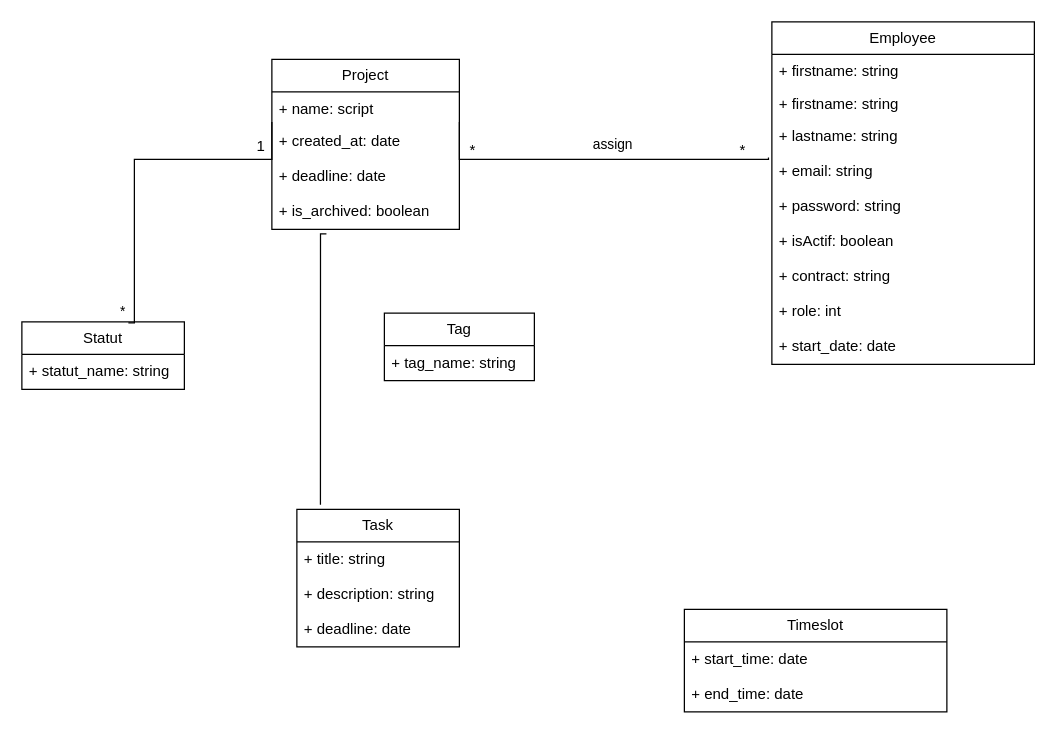
This is taskLinker.drawio from JingFERMENT/TaskLinker, a draw.io file, before an edit. Source tidied: cells renumbered, new cells numbered last; positions are measured from the earlier drawing's top-left corner, leaving out a move shared by most shapes. Both pictures are drawn from the tidied source at 125%, with x=0, y=0 at pixel (21, 21).
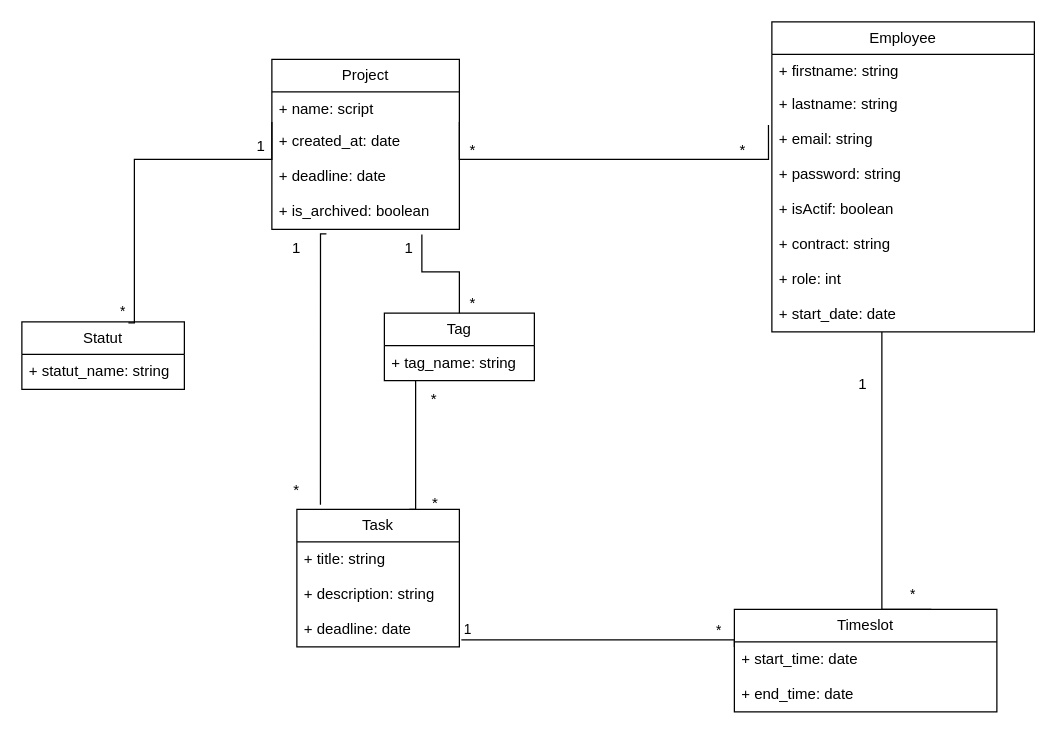
The same page after the edit.

Commit message (it also covers changes not shown here):
Mettre à jour taskLinker.drawio

The change refers to these unchanged cells:
```xml
<mxCell id="20" value="Tag" style="swimlane;fontStyle=0;horizontal=1;startSize=26;fillColor=none;whiteSpace=wrap;html=1;" parent="1" vertex="1">
  <mxGeometry x="290" y="233" width="120" height="54" as="geometry" />
</mxCell>
<mxCell id="22" value="Task" style="swimlane;fontStyle=0;horizontal=1;startSize=26;fillColor=none;whiteSpace=wrap;html=1;" parent="1" vertex="1">
  <mxGeometry x="220" y="390" width="130" height="110" as="geometry" />
</mxCell>
<mxCell id="25" value="+ deadline: date" style="text;strokeColor=none;fillColor=none;align=left;verticalAlign=top;spacingLeft=4;spacingRight=4;overflow=hidden;points=[[0,0.5],[1,0.5]];portConstraint=eastwest;whiteSpace=wrap;html=1;" parent="22" vertex="1">
  <mxGeometry y="82" width="130" height="28" as="geometry" />
</mxCell>
```

Change to the diagram source:
```diff
@@
     <mxCell id="7" value="Employee" style="swimlane;fontStyle=0;horizontal=1;startSize=26;fillColor=none;whiteSpace=wrap;html=1;" parent="1" vertex="1">
-      <mxGeometry x="600" width="210" height="274" as="geometry" />
+      <mxGeometry x="600" width="210" height="248" as="geometry" />
     </mxCell>
@@
-    <mxCell id="9" value="+ firstname: string" style="text;strokeColor=none;fillColor=none;align=left;verticalAlign=top;spacingLeft=4;spacingRight=4;overflow=hidden;whiteSpace=wrap;html=1;" parent="7" vertex="1">
-      <mxGeometry y="52" width="210" height="26" as="geometry" />
-    </mxCell>
     <mxCell id="10" value="+ lastname: string" style="text;strokeColor=none;fillColor=none;align=left;verticalAlign=top;spacingLeft=4;spacingRight=4;overflow=hidden;whiteSpace=wrap;html=1;" parent="7" vertex="1">
-      <mxGeometry y="78" width="210" height="28" as="geometry" />
+      <mxGeometry y="52" width="210" height="28" as="geometry" />
     </mxCell>
     <mxCell id="11" value="+ email: string" style="text;strokeColor=none;fillColor=none;align=left;verticalAlign=top;spacingLeft=4;spacingRight=4;overflow=hidden;points=[[0,0.5],[1,0.5]];portConstraint=eastwest;whiteSpace=wrap;html=1;" parent="7" vertex="1">
-      <mxGeometry y="106" width="210" height="28" as="geometry" />
+      <mxGeometry y="80" width="210" height="28" as="geometry" />
     </mxCell>
     <mxCell id="12" value="+ password: string" style="text;strokeColor=none;fillColor=none;align=left;verticalAlign=top;spacingLeft=4;spacingRight=4;overflow=hidden;whiteSpace=wrap;html=1;" parent="7" vertex="1">
-      <mxGeometry y="134" width="210" height="28" as="geometry" />
+      <mxGeometry y="108" width="210" height="28" as="geometry" />
     </mxCell>
     <mxCell id="13" value="+ isActif: boolean" style="text;strokeColor=none;fillColor=none;align=left;verticalAlign=top;spacingLeft=4;spacingRight=4;overflow=hidden;whiteSpace=wrap;html=1;" parent="7" vertex="1">
-      <mxGeometry y="162" width="210" height="28" as="geometry" />
+      <mxGeometry y="136" width="210" height="28" as="geometry" />
     </mxCell>
     <mxCell id="14" value="+ contract: string" style="text;strokeColor=none;fillColor=none;align=left;verticalAlign=top;spacingLeft=4;spacingRight=4;overflow=hidden;whiteSpace=wrap;html=1;" parent="7" vertex="1">
-      <mxGeometry y="190" width="210" height="28" as="geometry" />
+      <mxGeometry y="164" width="210" height="28" as="geometry" />
     </mxCell>
     <mxCell id="15" value="+ role: int" style="text;strokeColor=none;fillColor=none;align=left;verticalAlign=top;spacingLeft=4;spacingRight=4;overflow=hidden;whiteSpace=wrap;html=1;" parent="7" vertex="1">
-      <mxGeometry y="218" width="210" height="28" as="geometry" />
+      <mxGeometry y="192" width="210" height="28" as="geometry" />
     </mxCell>
     <mxCell id="16" value="+ start_date: date" style="text;strokeColor=none;fillColor=none;align=left;verticalAlign=top;spacingLeft=4;spacingRight=4;overflow=hidden;points=[[0,0.5],[1,0.5]];portConstraint=eastwest;whiteSpace=wrap;html=1;" parent="7" vertex="1">
-      <mxGeometry y="246" width="210" height="28" as="geometry" />
+      <mxGeometry y="220" width="210" height="28" as="geometry" />
     </mxCell>
     <mxCell id="17" value="Timeslot" style="swimlane;fontStyle=0;horizontal=1;startSize=26;fillColor=none;whiteSpace=wrap;html=1;" parent="1" vertex="1">
-      <mxGeometry x="530" y="470" width="210" height="82" as="geometry" />
+      <mxGeometry x="570" y="470" width="210" height="82" as="geometry" />
     </mxCell>
@@
-    <mxCell id="32" value="assign" style="edgeLabel;html=1;align=right;verticalAlign=bottom;" parent="1" vertex="1">
-      <mxGeometry x="607.3" y="137" as="geometry">
-        <mxPoint x="-118" y="-31" as="offset" />
-      </mxGeometry>
-    </mxCell>
@@
+    <mxCell id="36" value="1" style="text;strokeColor=none;align=center;fillColor=none;html=1;verticalAlign=middle;whiteSpace=wrap;rounded=0;" parent="1" vertex="1">
+      <mxGeometry x="190" y="166" width="60" height="30" as="geometry" />
+    </mxCell>
+    <mxCell id="37" value="*" style="text;strokeColor=none;align=center;fillColor=none;html=1;verticalAlign=middle;whiteSpace=wrap;rounded=0;" parent="1" vertex="1">
+      <mxGeometry x="190" y="360" width="60" height="30" as="geometry" />
+    </mxCell>
+    <mxCell id="38" style="endArrow=none;html=1;edgeStyle=orthogonalEdgeStyle;rounded=0;" parent="1" edge="1" target="20">
+      <mxGeometry relative="1" as="geometry">
+        <mxPoint x="320" y="170" as="sourcePoint" />
+        <Array as="points">
+          <mxPoint x="320" y="200" />
+          <mxPoint x="350" y="200" />
+        </Array>
+      </mxGeometry>
+    </mxCell>
+    <mxCell id="39" value="*" style="text;strokeColor=none;align=center;fillColor=none;html=1;verticalAlign=middle;whiteSpace=wrap;rounded=0;" parent="1" vertex="1">
+      <mxGeometry x="331" y="210" width="60" height="30" as="geometry" />
+    </mxCell>
+    <mxCell id="40" value="1" style="text;strokeColor=none;align=center;fillColor=none;html=1;verticalAlign=middle;whiteSpace=wrap;rounded=0;" parent="1" vertex="1">
+      <mxGeometry x="280" y="166" width="60" height="30" as="geometry" />
+    </mxCell>
+    <mxCell id="41" style="endArrow=none;html=1;edgeStyle=orthogonalEdgeStyle;rounded=0;entryX=0.692;entryY=0;entryDx=0;entryDy=0;entryPerimeter=0;exitX=0.25;exitY=0;exitDx=0;exitDy=0;" parent="1" edge="1" source="42" target="22">
+      <mxGeometry relative="1" as="geometry">
+        <Array as="points">
+          <mxPoint x="315" y="390" />
+        </Array>
+      </mxGeometry>
+    </mxCell>
+    <mxCell id="42" value="*" style="text;strokeColor=none;align=center;fillColor=none;html=1;verticalAlign=middle;whiteSpace=wrap;rounded=0;" parent="1" vertex="1">
+      <mxGeometry x="300" y="287" width="60" height="30" as="geometry" />
+    </mxCell>
+    <mxCell id="43" value="*" style="text;strokeColor=none;align=center;fillColor=none;html=1;verticalAlign=middle;whiteSpace=wrap;rounded=0;" parent="1" vertex="1">
+      <mxGeometry x="301" y="370" width="60" height="30" as="geometry" />
+    </mxCell>
+    <mxCell id="44" style="endArrow=none;html=1;edgeStyle=orthogonalEdgeStyle;rounded=0;exitX=0.75;exitY=0;exitDx=0;exitDy=0;" parent="1" edge="1" source="17" target="16">
+      <mxGeometry relative="1" as="geometry">
+        <Array as="points">
+          <mxPoint x="688" y="310" />
+          <mxPoint x="688" y="310" />
+        </Array>
+      </mxGeometry>
+    </mxCell>
+    <mxCell id="45" value="*" style="edgeLabel;html=1;align=left;verticalAlign=bottom;" parent="44" vertex="1">
+      <mxGeometry x="-1" relative="1" as="geometry">
+        <mxPoint x="-19" y="-4" as="offset" />
+      </mxGeometry>
+    </mxCell>
+    <mxCell id="46" value="1" style="text;strokeColor=none;align=center;fillColor=none;html=1;verticalAlign=middle;whiteSpace=wrap;rounded=0;" parent="1" vertex="1">
+      <mxGeometry x="643" y="275" width="60" height="30" as="geometry" />
+    </mxCell>
+    <mxCell id="47" style="endArrow=none;html=1;edgeStyle=orthogonalEdgeStyle;rounded=0;exitX=1.012;exitY=0.8;exitDx=0;exitDy=0;exitPerimeter=0;entryX=0;entryY=0.143;entryDx=0;entryDy=0;entryPerimeter=0;" parent="1" edge="1" source="25">
+      <mxGeometry relative="1" as="geometry">
+        <mxPoint x="570" y="500" as="targetPoint" />
+        <Array as="points">
+          <mxPoint x="570" y="494" />
+        </Array>
+      </mxGeometry>
+    </mxCell>
+    <mxCell id="48" value="1" style="edgeLabel;html=1;align=left;verticalAlign=bottom;" parent="47" vertex="1">
+      <mxGeometry x="-1" relative="1" as="geometry" />
+    </mxCell>
+    <mxCell id="49" value="*" style="edgeLabel;html=1;align=right;verticalAlign=bottom;" parent="47" vertex="1">
+      <mxGeometry x="1" relative="1" as="geometry">
+        <mxPoint x="-10" y="-5" as="offset" />
+      </mxGeometry>
+    </mxCell>
```
